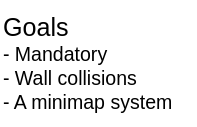
This is cub.drawio.svg from jizots/cub3d, a draw.io export, as it was before one commit. Source tidied: cells renumbered, new cells last; positions are measured from the earlier drawing's top-left corner, leaving out a move shared by most shapes.
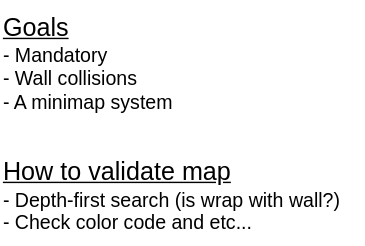
After the change.

What changed in the source:
```diff
@@ -2,8 +2,11 @@
   <root>
     <mxCell id="0" />
     <mxCell id="1" parent="0" />
-    <mxCell id="2" value="&lt;font style=&quot;&quot;&gt;&lt;span style=&quot;font-size: 18px;&quot;&gt;Goals&lt;/span&gt;&lt;font style=&quot;font-size: 14px;&quot;&gt;&lt;br&gt;- Mandatory&lt;br&gt;- Wall collisions&lt;br&gt;- A minimap system&lt;/font&gt;&lt;/font&gt;" style="text;html=1;align=left;verticalAlign=middle;strokeColor=none;fillColor=none;" parent="1" vertex="1">
+    <mxCell id="2" value="&lt;font style=&quot;&quot;&gt;&lt;span style=&quot;font-size: 18px;&quot;&gt;&lt;u&gt;Goals&lt;/u&gt;&lt;/span&gt;&lt;font style=&quot;font-size: 14px;&quot;&gt;&lt;br&gt;- Mandatory&lt;br&gt;- Wall collisions&lt;br&gt;- A minimap system&lt;/font&gt;&lt;/font&gt;" style="text;html=1;align=left;verticalAlign=middle;strokeColor=none;fillColor=none;" parent="1" vertex="1">
       <mxGeometry width="140" height="90" as="geometry" />
     </mxCell>
+    <mxCell id="3" value="&lt;font style=&quot;font-size: 18px;&quot;&gt;&lt;u&gt;How to validate map&lt;/u&gt;&lt;/font&gt;&lt;br&gt;&lt;font style=&quot;font-size: 14px;&quot;&gt;- Depth-first search (is wrap with wall?)&lt;/font&gt;&lt;font style=&quot;&quot;&gt;&lt;br&gt;&lt;span style=&quot;font-size: 14px;&quot;&gt;- Check color code and etc...&lt;/span&gt;&lt;/font&gt;" style="text;html=1;align=left;verticalAlign=middle;strokeColor=none;fillColor=none;" parent="1" vertex="1">
+      <mxGeometry y="105" width="260" height="70" as="geometry" />
+    </mxCell>
   </root>
 </mxGraphModel>
```
